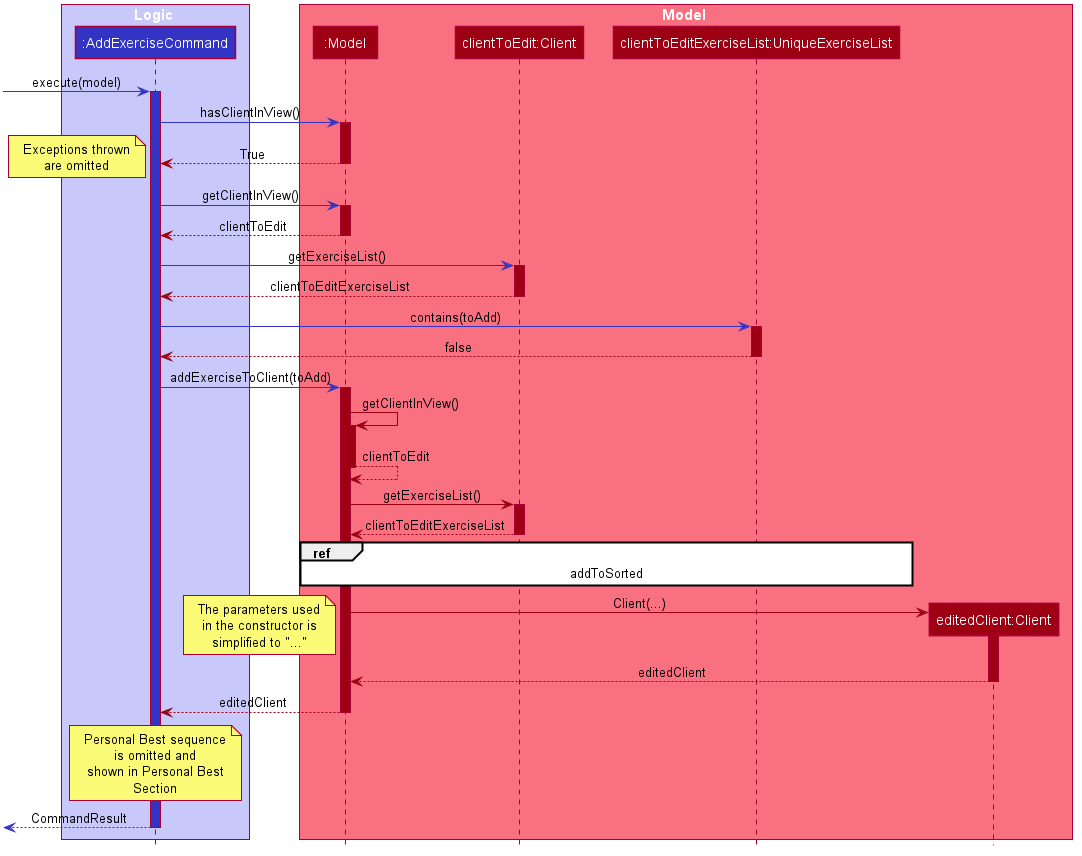
Above: docs/images/AddExerciseCommandSequenceDiagram.png in nus-cs2103-AY1920S2/addressbook-level3 (PlantUML), before the change.
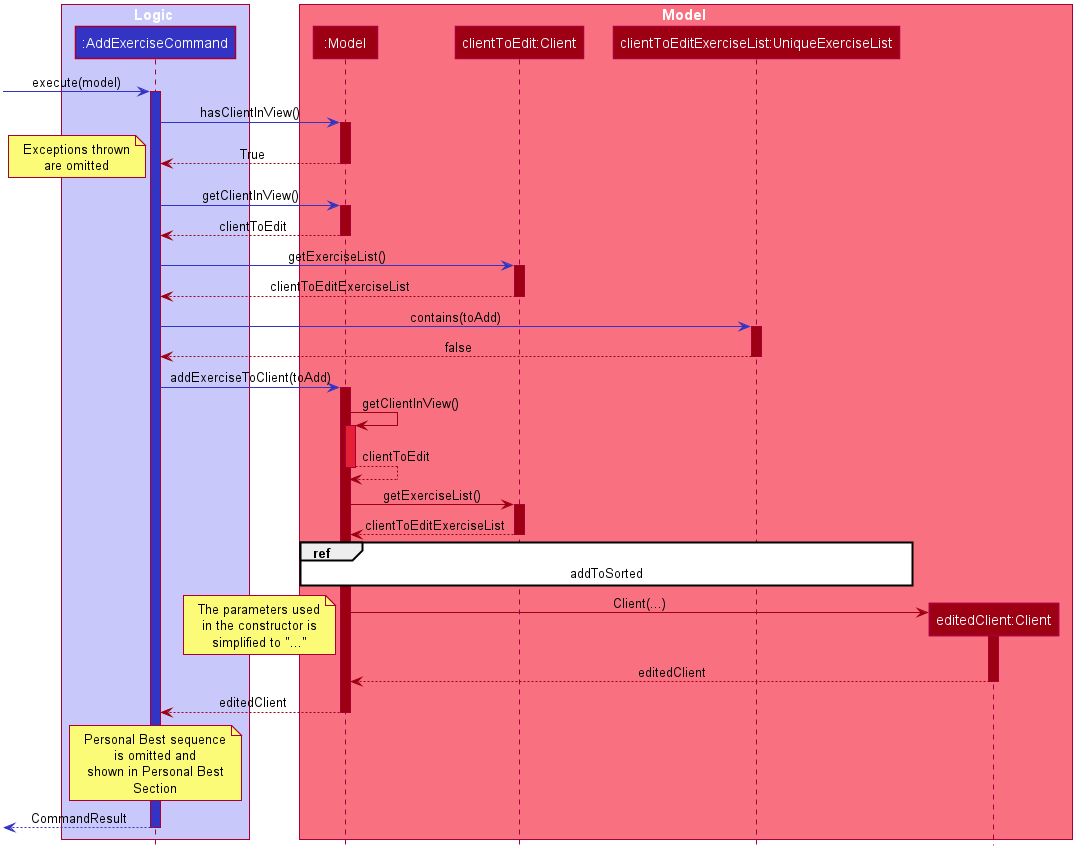
The same file after the commit.

Diff of the diagram source:
```diff
@@ -91,7 +91,7 @@
 activate model #9D0012
 
 model -[#9D0012]> model : getClientInView()
-activate model #9D0012
+activate model #E41F36
 model --[#9D0012]> model : clientToEdit
 deactivate model
 model -[#9D0012]> client : getExerciseList()
```
